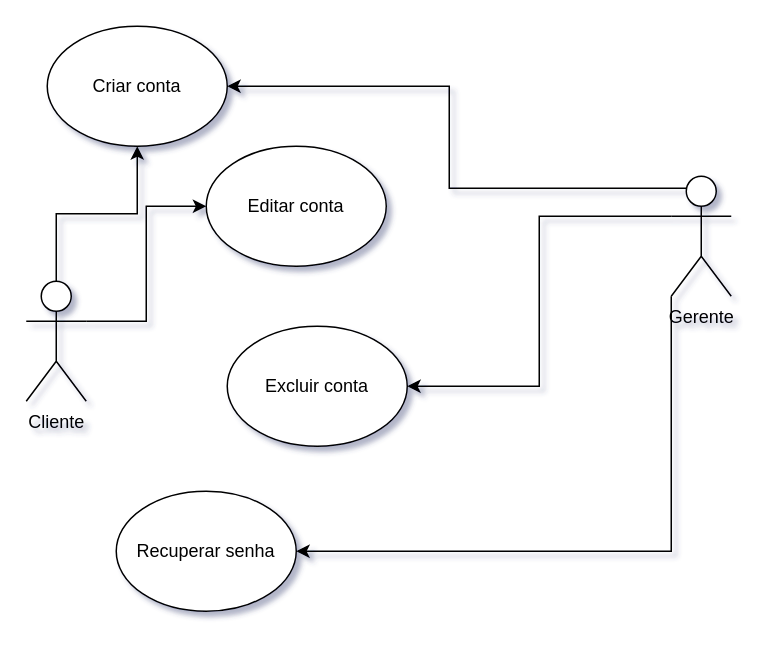
Eduardo-1105/diagramasderequesitos keeps this draw.io diagram as page "D. Caso de uso" (2 of 3) of Diagrama sem nome.drawio. Above is the earlier version. Source tidied: cells renumbered, new cells numbered last; positions are measured from the earlier drawing's top-left corner, leaving out a move shared by most shapes. Both pictures are drawn from the tidied source at 150%, with x=0, y=0 at pixel (26, 26).
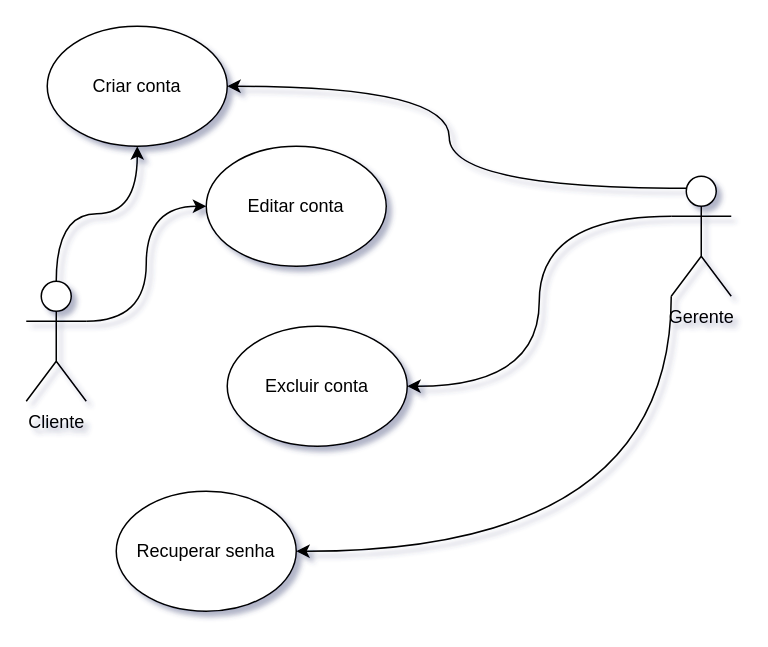
The same page after the edit.

Commit message:
Actualizar Diagrama sem Receba.drawio

What changed in the source:
```diff
@@
 <mxGraphModel shadow="1">
   <root>
     <mxCell id="0" />
     <mxCell id="1" parent="0" />
     <mxCell id="2" value="Criar conta" style="ellipse;whiteSpace=wrap;html=1;" parent="1" vertex="1">
       <mxGeometry x="14" width="120" height="80" as="geometry" />
     </mxCell>
     <mxCell id="3" value="Editar conta" style="ellipse;whiteSpace=wrap;html=1;" parent="1" vertex="1">
       <mxGeometry x="120" y="80" width="120" height="80" as="geometry" />
     </mxCell>
     <mxCell id="4" value="Excluir conta" style="ellipse;whiteSpace=wrap;html=1;" parent="1" vertex="1">
       <mxGeometry x="134" y="200" width="120" height="80" as="geometry" />
     </mxCell>
-    <mxCell id="5" style="edgeStyle=orthogonalEdgeStyle;rounded=0;jettySize=auto;html=1;exitX=0.5;exitY=0;exitDx=0;exitDy=0;exitPerimeter=0;entryX=0.5;entryY=1;entryDx=0;entryDy=0;" parent="1" edge="1" source="7" target="2">
+    <mxCell id="5" style="edgeStyle=orthogonalEdgeStyle;rounded=0;jettySize=auto;html=1;exitX=0.5;exitY=0;exitDx=0;exitDy=0;exitPerimeter=0;entryX=0.5;entryY=1;entryDx=0;entryDy=0;curved=1;" parent="1" edge="1" source="7" target="2">
       <mxGeometry relative="1" as="geometry" />
     </mxCell>
-    <mxCell id="6" style="edgeStyle=orthogonalEdgeStyle;rounded=0;jettySize=auto;html=1;exitX=1;exitY=0.3333333333333333;exitDx=0;exitDy=0;exitPerimeter=0;entryX=0;entryY=0.5;entryDx=0;entryDy=0;" parent="1" edge="1" source="7" target="3">
+    <mxCell id="6" style="edgeStyle=orthogonalEdgeStyle;rounded=0;jettySize=auto;html=1;exitX=1;exitY=0.3333333333333333;exitDx=0;exitDy=0;exitPerimeter=0;entryX=0;entryY=0.5;entryDx=0;entryDy=0;curved=1;" parent="1" edge="1" source="7" target="3">
       <mxGeometry relative="1" as="geometry" />
     </mxCell>
     <mxCell id="7" value="Cliente" style="shape=umlActor;verticalLabelPosition=bottom;verticalAlign=top;html=1;outlineConnect=0;" parent="1" vertex="1">
       <mxGeometry y="170" width="40" height="80" as="geometry" />
     </mxCell>
     <mxCell id="8" value="Recuperar senha" style="ellipse;whiteSpace=wrap;html=1;" parent="1" vertex="1">
       <mxGeometry x="60" y="310" width="120" height="80" as="geometry" />
     </mxCell>
-    <mxCell id="9" style="edgeStyle=orthogonalEdgeStyle;rounded=0;jettySize=auto;html=1;exitX=0.25;exitY=0.1;exitDx=0;exitDy=0;exitPerimeter=0;entryX=1;entryY=0.5;entryDx=0;entryDy=0;" parent="1" edge="1" source="12" target="2">
+    <mxCell id="9" style="edgeStyle=orthogonalEdgeStyle;rounded=0;jettySize=auto;html=1;exitX=0.25;exitY=0.1;exitDx=0;exitDy=0;exitPerimeter=0;entryX=1;entryY=0.5;entryDx=0;entryDy=0;curved=1;" parent="1" edge="1" source="12" target="2">
       <mxGeometry relative="1" as="geometry" />
     </mxCell>
-    <mxCell id="10" style="edgeStyle=orthogonalEdgeStyle;rounded=0;jettySize=auto;html=1;exitX=0;exitY=0.3333333333333333;exitDx=0;exitDy=0;exitPerimeter=0;entryX=1;entryY=0.5;entryDx=0;entryDy=0;" parent="1" edge="1" source="12" target="4">
+    <mxCell id="10" style="edgeStyle=orthogonalEdgeStyle;rounded=0;jettySize=auto;html=1;exitX=0;exitY=0.3333333333333333;exitDx=0;exitDy=0;exitPerimeter=0;entryX=1;entryY=0.5;entryDx=0;entryDy=0;curved=1;" parent="1" edge="1" source="12" target="4">
       <mxGeometry relative="1" as="geometry" />
     </mxCell>
-    <mxCell id="11" style="edgeStyle=orthogonalEdgeStyle;rounded=0;jettySize=auto;html=1;exitX=0;exitY=1;exitDx=0;exitDy=0;exitPerimeter=0;entryX=1;entryY=0.5;entryDx=0;entryDy=0;" parent="1" edge="1" source="12" target="8">
+    <mxCell id="11" style="edgeStyle=orthogonalEdgeStyle;rounded=0;jettySize=auto;html=1;exitX=0;exitY=1;exitDx=0;exitDy=0;exitPerimeter=0;entryX=1;entryY=0.5;entryDx=0;entryDy=0;curved=1;" parent="1" edge="1" source="12" target="8">
       <mxGeometry relative="1" as="geometry" />
     </mxCell>
     <mxCell id="12" value="Gerente" style="shape=umlActor;verticalLabelPosition=bottom;verticalAlign=top;html=1;outlineConnect=0;" parent="1" vertex="1">
       <mxGeometry x="430" y="100" width="40" height="80" as="geometry" />
     </mxCell>
   </root>
 </mxGraphModel>
```
